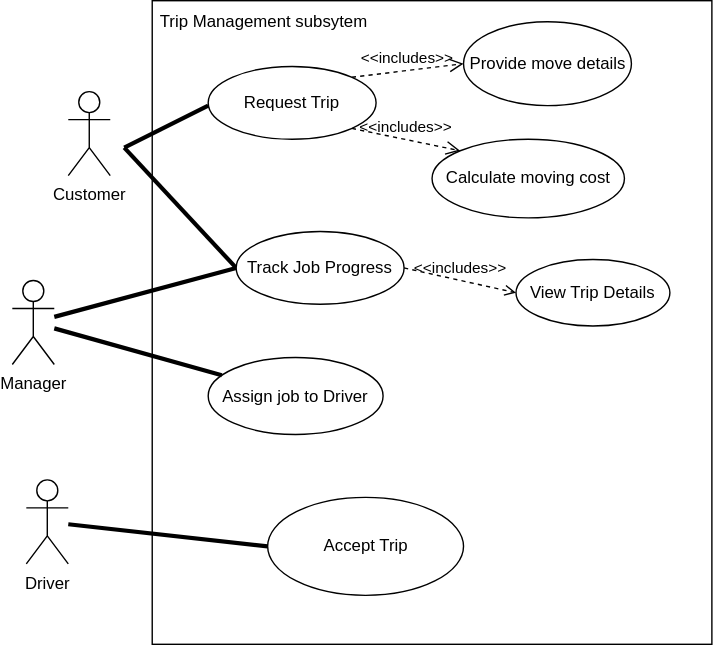
KarenM-tech/diagrams keeps this draw.io diagram as draft1.drawio.svg. Above is the earlier version. Source tidied: cells renumbered, new cells last; positions are measured from the earlier drawing's top-left corner, leaving out a move shared by most shapes.
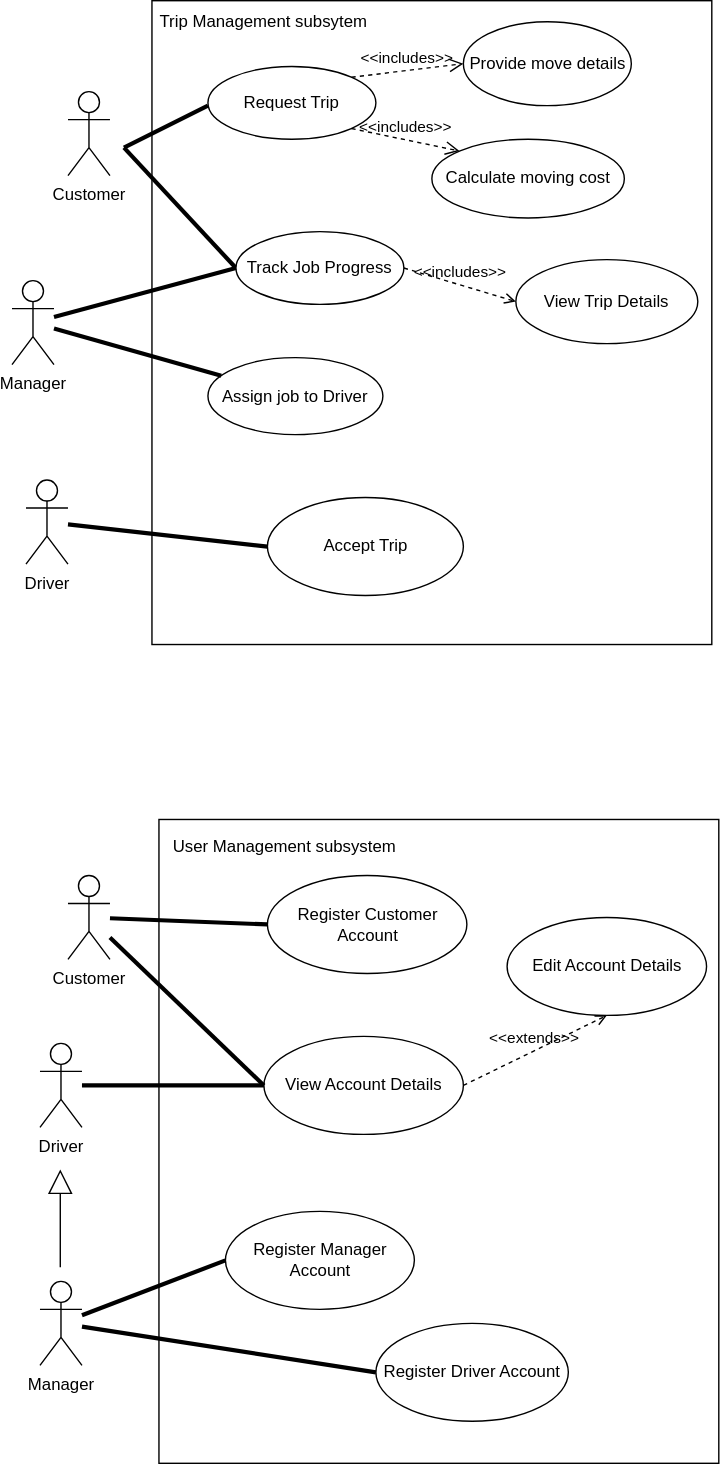
Above is the later version.

Commit message:
Added the User Management Subsystem.

What changed in the source:
```diff
@@ -59,7 +59,7 @@
       <mxGeometry relative="1" as="geometry" />
     </mxCell>
     <mxCell id="19" value="View Trip Details" style="ellipse;whiteSpace=wrap;html=1;" parent="1" vertex="1">
-      <mxGeometry x="360" y="185" width="110" height="47.5" as="geometry" />
+      <mxGeometry x="360" y="185" width="130" height="60" as="geometry" />
     </mxCell>
     <mxCell id="20" value="&amp;lt;&amp;lt;includes&amp;gt;&amp;gt;" style="endArrow=open;html=1;rounded=0;align=center;verticalAlign=bottom;dashed=1;endFill=0;labelBackgroundColor=none;exitX=1;exitY=0.5;exitDx=0;exitDy=0;entryX=0;entryY=0.5;entryDx=0;entryDy=0;" parent="1" edge="1" source="15" target="19">
       <mxGeometry relative="1" as="geometry" />
@@ -70,5 +70,62 @@
     <mxCell id="22" value="&amp;lt;&amp;lt;includes&amp;gt;&amp;gt;" style="endArrow=open;startArrow=none;endFill=0;startFill=0;endSize=8;html=1;verticalAlign=bottom;dashed=1;labelBackgroundColor=none;rounded=0;exitX=1;exitY=1;exitDx=0;exitDy=0;entryX=0;entryY=0;entryDx=0;entryDy=0;" parent="1" edge="1" source="8" target="12">
       <mxGeometry relative="1" as="geometry" />
     </mxCell>
+    <mxCell id="23" style="rounded=0;whiteSpace=wrap;html=1;rotation=-180;direction=south;" parent="1" vertex="1">
+      <mxGeometry x="105" y="585" width="400" height="460" as="geometry" />
+    </mxCell>
+    <mxCell id="24" value="User Management subsystem" style="text;strokeColor=none;align=center;fillColor=none;html=1;verticalAlign=middle;whiteSpace=wrap;rounded=0;" parent="1" vertex="1">
+      <mxGeometry x="105" y="595" width="180" height="20" as="geometry" />
+    </mxCell>
+    <mxCell id="25" value="Driver" style="shape=umlActor;verticalLabelPosition=bottom;verticalAlign=top;html=1;" parent="1" vertex="1">
+      <mxGeometry x="20" y="745" width="30" height="60" as="geometry" />
+    </mxCell>
+    <mxCell id="26" value="Manager" style="shape=umlActor;verticalLabelPosition=bottom;verticalAlign=top;html=1;" parent="1" vertex="1">
+      <mxGeometry x="20" y="915" width="30" height="60" as="geometry" />
+    </mxCell>
+    <mxCell id="27" value="Customer" style="shape=umlActor;verticalLabelPosition=bottom;verticalAlign=top;html=1;" parent="1" vertex="1">
+      <mxGeometry x="40" y="625" width="30" height="60" as="geometry" />
+    </mxCell>
+    <mxCell id="28" value="Register Customer Account" style="ellipse;whiteSpace=wrap;html=1;" parent="1" vertex="1">
+      <mxGeometry x="182.5" y="625" width="142.5" height="70" as="geometry" />
+    </mxCell>
+    <mxCell id="29" value="Register Manager Account" style="ellipse;whiteSpace=wrap;html=1;" parent="1" vertex="1">
+      <mxGeometry x="152.5" y="865" width="135" height="70" as="geometry" />
+    </mxCell>
+    <mxCell id="30" value="Register Driver Account" style="ellipse;whiteSpace=wrap;html=1;" parent="1" vertex="1">
+      <mxGeometry x="260" y="945" width="137.5" height="70" as="geometry" />
+    </mxCell>
+    <mxCell id="31" style="endArrow=none;html=1;rounded=0;entryX=0;entryY=0.5;entryDx=0;entryDy=0;strokeWidth=3;" parent="1" edge="1" source="26" target="29">
+      <mxGeometry relative="1" as="geometry" />
+    </mxCell>
+    <mxCell id="32" style="endArrow=none;html=1;rounded=0;entryX=0;entryY=0.5;entryDx=0;entryDy=0;strokeWidth=3;" parent="1" edge="1" source="27" target="28">
+      <mxGeometry relative="1" as="geometry" />
+    </mxCell>
+    <mxCell id="33" style="endArrow=none;html=1;rounded=0;entryX=0;entryY=0.5;entryDx=0;entryDy=0;strokeWidth=3;" parent="1" edge="1" source="26" target="30">
+      <mxGeometry relative="1" as="geometry" />
+    </mxCell>
+    <mxCell id="34" value="View Account Details" style="ellipse;whiteSpace=wrap;html=1;" parent="1" vertex="1">
+      <mxGeometry x="180" y="740" width="142.5" height="70" as="geometry" />
+    </mxCell>
+    <mxCell id="35" style="endArrow=none;html=1;rounded=0;entryX=0;entryY=0.5;entryDx=0;entryDy=0;strokeWidth=3;" parent="1" edge="1" source="25" target="34">
+      <mxGeometry relative="1" as="geometry" />
+    </mxCell>
+    <mxCell id="36" style="endArrow=none;html=1;rounded=0;entryX=0;entryY=0.5;entryDx=0;entryDy=0;strokeWidth=3;" parent="1" edge="1" source="27" target="34">
+      <mxGeometry relative="1" as="geometry" />
+    </mxCell>
+    <mxCell id="37" style="endArrow=block;html=1;rounded=0;endFill=0;endSize=15;" parent="1" edge="1">
+      <mxGeometry relative="1" as="geometry">
+        <mxPoint x="34.5" y="905" as="sourcePoint" />
+        <mxPoint x="34.5" y="835" as="targetPoint" />
+      </mxGeometry>
+    </mxCell>
+    <mxCell id="38" value="Edit Account Details" style="ellipse;whiteSpace=wrap;html=1;" parent="1" vertex="1">
+      <mxGeometry x="353.8" y="655" width="142.5" height="70" as="geometry" />
+    </mxCell>
+    <mxCell id="39" value="&amp;lt;&amp;lt;extends&amp;gt;&amp;gt;" style="endArrow=open;html=1;rounded=0;align=center;verticalAlign=bottom;dashed=1;endFill=0;labelBackgroundColor=none;exitX=1;exitY=0.5;exitDx=0;exitDy=0;entryX=0.5;entryY=1;entryDx=0;entryDy=0;" parent="1" edge="1" source="34" target="38">
+      <mxGeometry relative="1" as="geometry" />
+    </mxCell>
+    <mxCell id="40" style="html=1;align=center;verticalAlign=top;labelBackgroundColor=none;" parent="39" vertex="1">
+      <mxGeometry relative="1" as="geometry" />
+    </mxCell>
   </root>
 </mxGraphModel>
```
